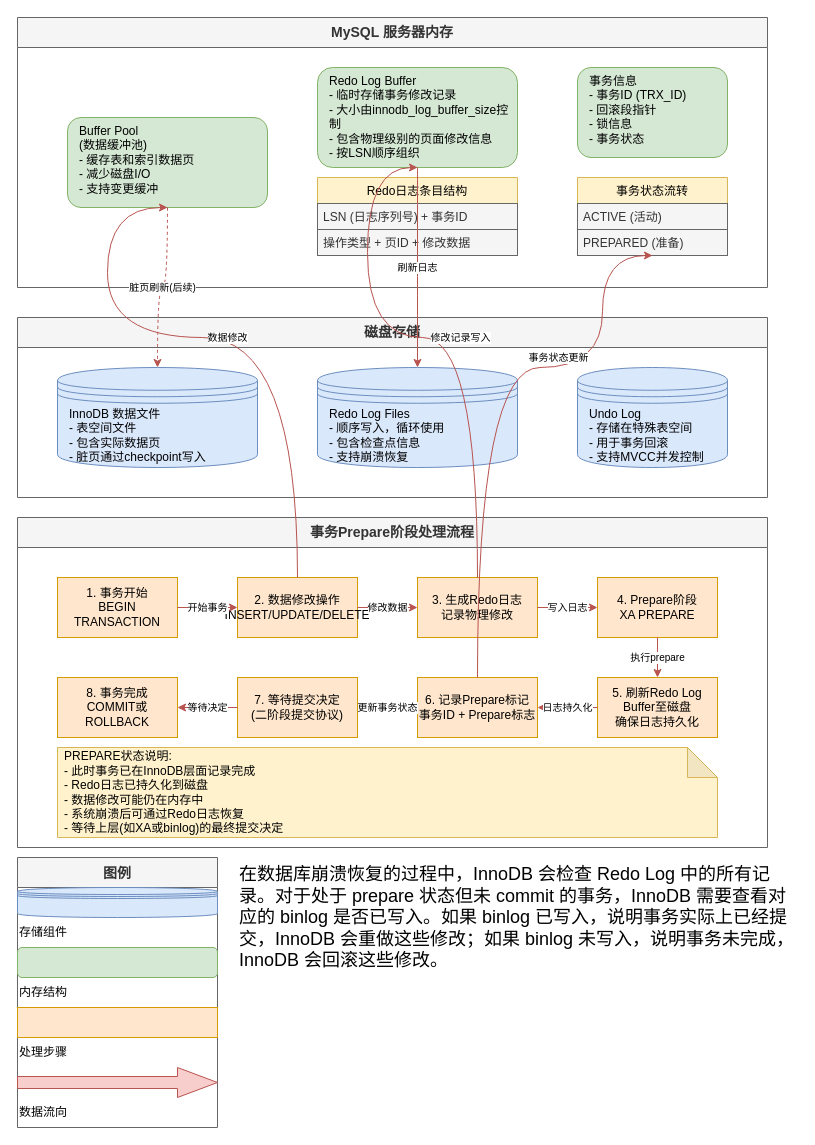
lanendiencgr2002/drawio_photos keeps this draw.io diagram as page "redolog事务两阶段提交" (7 of 7) of mysql/innodb存储结构.drawio. Above is the earlier version. Source tidied: cells renumbered, new cells numbered last; positions are measured from the earlier drawing's top-left corner, leaving out a move shared by most shapes. Both pictures are drawn from the tidied source at 100%, with x=0, y=0 at pixel (17, 17).
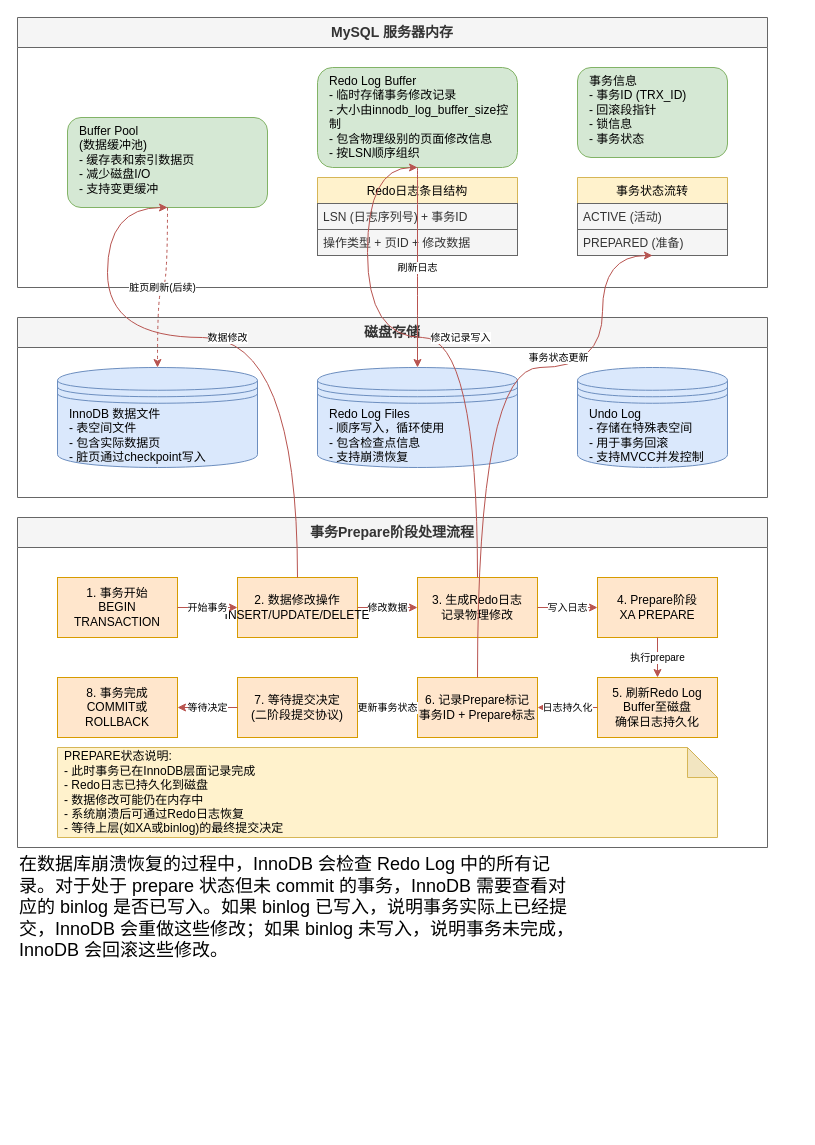
The same diagram, later.

Change to the diagram source:
```diff
@@
-    <mxCell id="2" value="图例" style="swimlane;fontStyle=1;horizontal=1;startSize=30;fontSize=14;fillColor=#f5f5f5;strokeColor=#666666;fontColor=#333333;" parent="1" vertex="1">
-      <mxGeometry y="840" width="200" height="270" as="geometry" />
-    </mxCell>
-    <mxCell id="3" style="shape=datastore;whiteSpace=wrap;html=1;fillColor=#dae8fc;strokeColor=#6c8ebf;" parent="2" vertex="1">
-      <mxGeometry y="30" width="200" height="30" as="geometry" />
-    </mxCell>
-    <mxCell id="4" value="存储组件" style="text;html=1;align=left;verticalAlign=middle;strokeColor=none;fillColor=none;" parent="2" vertex="1">
-      <mxGeometry y="60" width="200" height="30" as="geometry" />
-    </mxCell>
-    <mxCell id="5" style="rounded=1;whiteSpace=wrap;html=1;fillColor=#d5e8d4;strokeColor=#82b366;" parent="2" vertex="1">
-      <mxGeometry y="90" width="200" height="30" as="geometry" />
-    </mxCell>
-    <mxCell id="6" value="内存结构" style="text;html=1;align=left;verticalAlign=middle;strokeColor=none;fillColor=none;" parent="2" vertex="1">
-      <mxGeometry y="120" width="200" height="30" as="geometry" />
-    </mxCell>
-    <mxCell id="7" style="rounded=0;whiteSpace=wrap;html=1;fillColor=#ffe6cc;strokeColor=#d79b00;" parent="2" vertex="1">
-      <mxGeometry y="150" width="200" height="30" as="geometry" />
-    </mxCell>
-    <mxCell id="8" value="处理步骤" style="text;html=1;align=left;verticalAlign=middle;strokeColor=none;fillColor=none;" parent="2" vertex="1">
-      <mxGeometry y="180" width="200" height="30" as="geometry" />
-    </mxCell>
-    <mxCell id="9" style="html=1;shadow=0;dashed=0;align=center;verticalAlign=middle;shape=mxgraph.arrows2.arrow;dy=0.6;dx=40;notch=0;fillColor=#f8cecc;strokeColor=#b85450;" parent="2" vertex="1">
-      <mxGeometry y="210" width="200" height="30" as="geometry" />
-    </mxCell>
-    <mxCell id="10" value="数据流向" style="text;html=1;align=left;verticalAlign=middle;strokeColor=none;fillColor=none;" parent="2" vertex="1">
-      <mxGeometry y="240" width="200" height="30" as="geometry" />
-    </mxCell>
@@
     <mxCell id="47" value="在数据库崩溃恢复的过程中，InnoDB 会检查 Redo Log 中的所有记录。对于处于 prepare 状态但未 commit 的事务，InnoDB 需要查看对应的 binlog 是否已写入。如果 binlog 已写入，说明事务实际上已经提交，InnoDB 会重做这些修改；如果 binlog 未写入，说明事务未完成，InnoDB 会回滚这些修改。" style="text;whiteSpace=wrap;html=1;fontSize=18;" parent="1" vertex="1">
-      <mxGeometry x="220" y="840" width="560" height="130" as="geometry" />
+      <mxGeometry y="830" width="560" height="130" as="geometry" />
     </mxCell>
```
